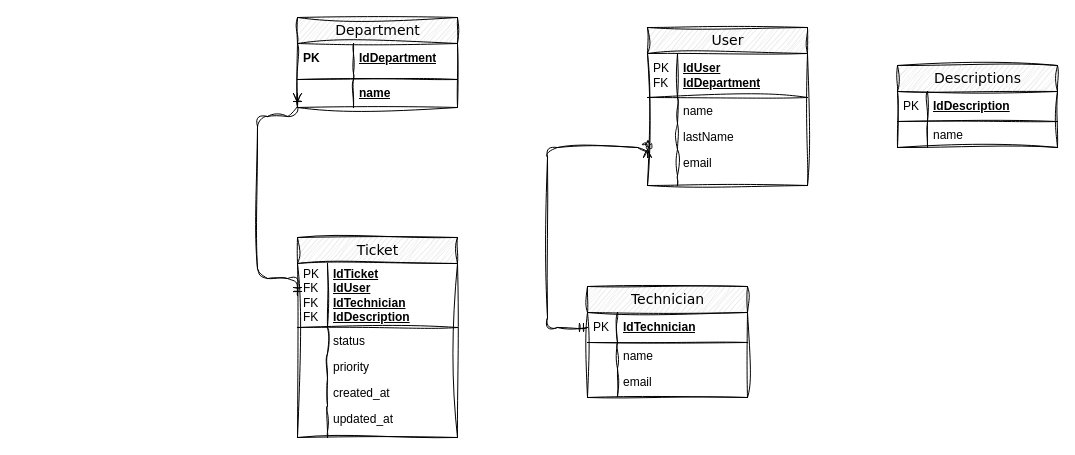
This is Diagrama sin título.drawio from lanza318/Documentacion, a draw.io file, before an edit. Source tidied: cells renumbered, new cells numbered last; positions are measured from the earlier drawing's top-left corner, leaving out a move shared by most shapes. Both pictures are drawn from the tidied source at 100%, with x=0, y=0 at pixel (257, 17).
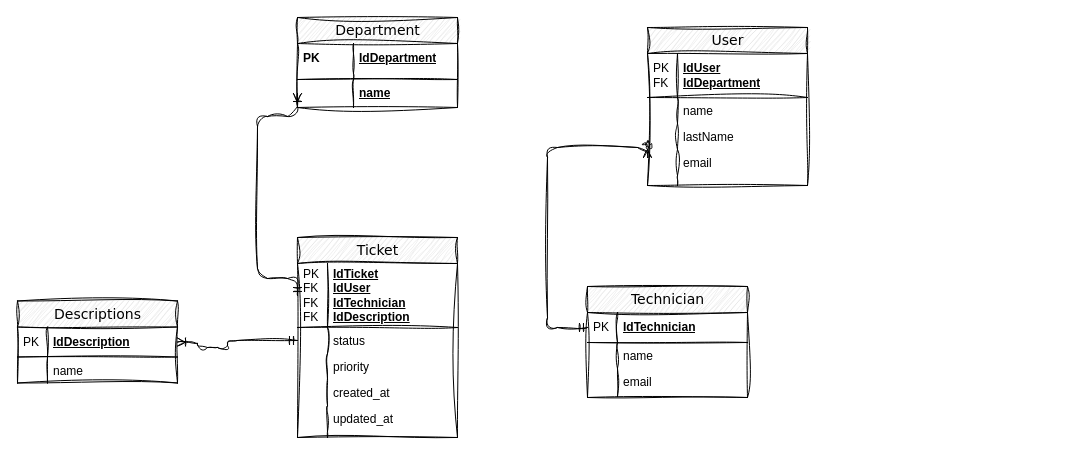
The same diagram, later.

Unchanged cells that the change refers to:
```xml
<mxCell id="23" value="status" style="shape=partialRectangle;top=0;left=0;right=0;bottom=0;html=1;align=left;verticalAlign=top;fillColor=none;spacingLeft=34;spacingRight=4;whiteSpace=wrap;overflow=hidden;points=[[0,0.5],[1,0.5]];portConstraint=eastwest;sketch=1;curveFitting=1;jiggle=2;" parent="20" vertex="1">
  <mxGeometry y="90" width="160" height="26" as="geometry" />
</mxCell>
<mxCell id="43" value="IdDescription" style="shape=partialRectangle;top=0;left=0;right=0;bottom=1;html=1;align=left;verticalAlign=middle;fillColor=none;spacingLeft=34;spacingRight=4;whiteSpace=wrap;overflow=hidden;points=[[0,0.5],[1,0.5]];portConstraint=eastwest;fontStyle=5;sketch=1;curveFitting=1;jiggle=2;" parent="42" vertex="1">
  <mxGeometry y="26" width="160" height="30" as="geometry" />
</mxCell>
```

Change to the diagram source:
```diff
@@
     <mxCell id="42" value="Descriptions" style="swimlane;html=1;fontStyle=0;horizontal=1;startSize=26;fillColor=#e0e0e0;swimlaneFillColor=#ffffff;align=center;rounded=0;shadow=0;comic=0;labelBackgroundColor=none;strokeWidth=1;fontFamily=Verdana;fontSize=14;sketch=1;curveFitting=1;jiggle=2;" parent="1" vertex="1">
-      <mxGeometry x="640" y="48" width="160" height="82" as="geometry" />
+      <mxGeometry x="-240" y="283.5" width="160" height="82" as="geometry" />
     </mxCell>
@@
+    <mxCell id="47" style="edgeStyle=orthogonalEdgeStyle;html=1;endArrow=ERoneToMany;startArrow=ERmandOne;labelBackgroundColor=none;fontFamily=Verdana;fontSize=14;entryX=1;entryY=0.5;exitX=0;exitY=0.5;sketch=1;curveFitting=1;jiggle=2;entryDx=0;entryDy=0;exitDx=0;exitDy=0;" parent="1" edge="1" source="23" target="43">
+      <mxGeometry relative="1" as="geometry">
+        <Array as="points">
+          <mxPoint x="-30" y="323" />
+          <mxPoint x="-30" y="330" />
+          <mxPoint x="-60" y="330" />
+        </Array>
+      </mxGeometry>
+    </mxCell>
```
